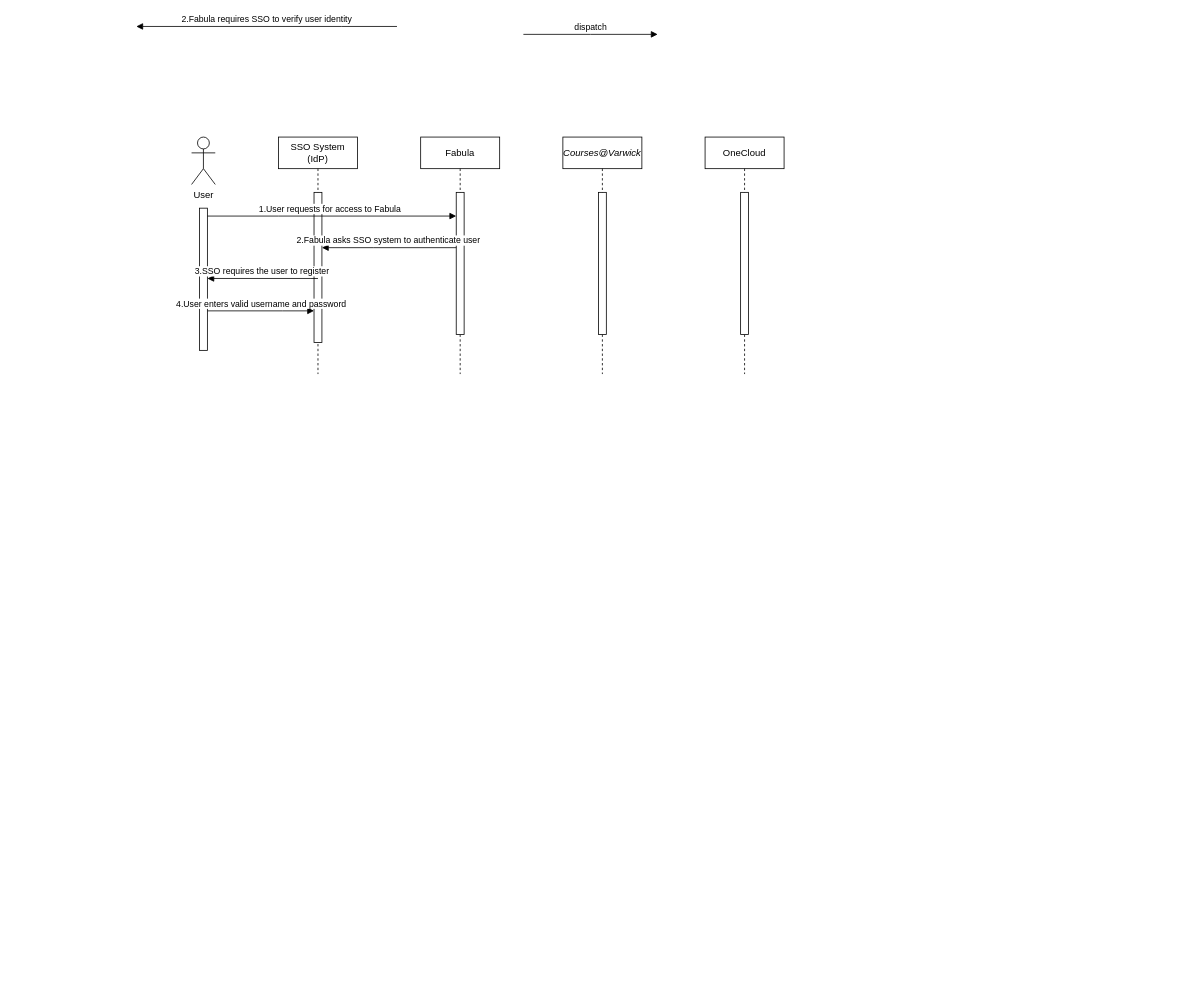
Earlier version of the draw.io diagram sequence.drawio (sunmiao0301/Public-Pic-Bed). Source tidied: cells renumbered, new cells numbered last; positions are measured from the earlier drawing's top-left corner, leaving out a move shared by most shapes. Both pictures are drawn from the tidied source at 79%, with x=0, y=0 at pixel (136, 26).
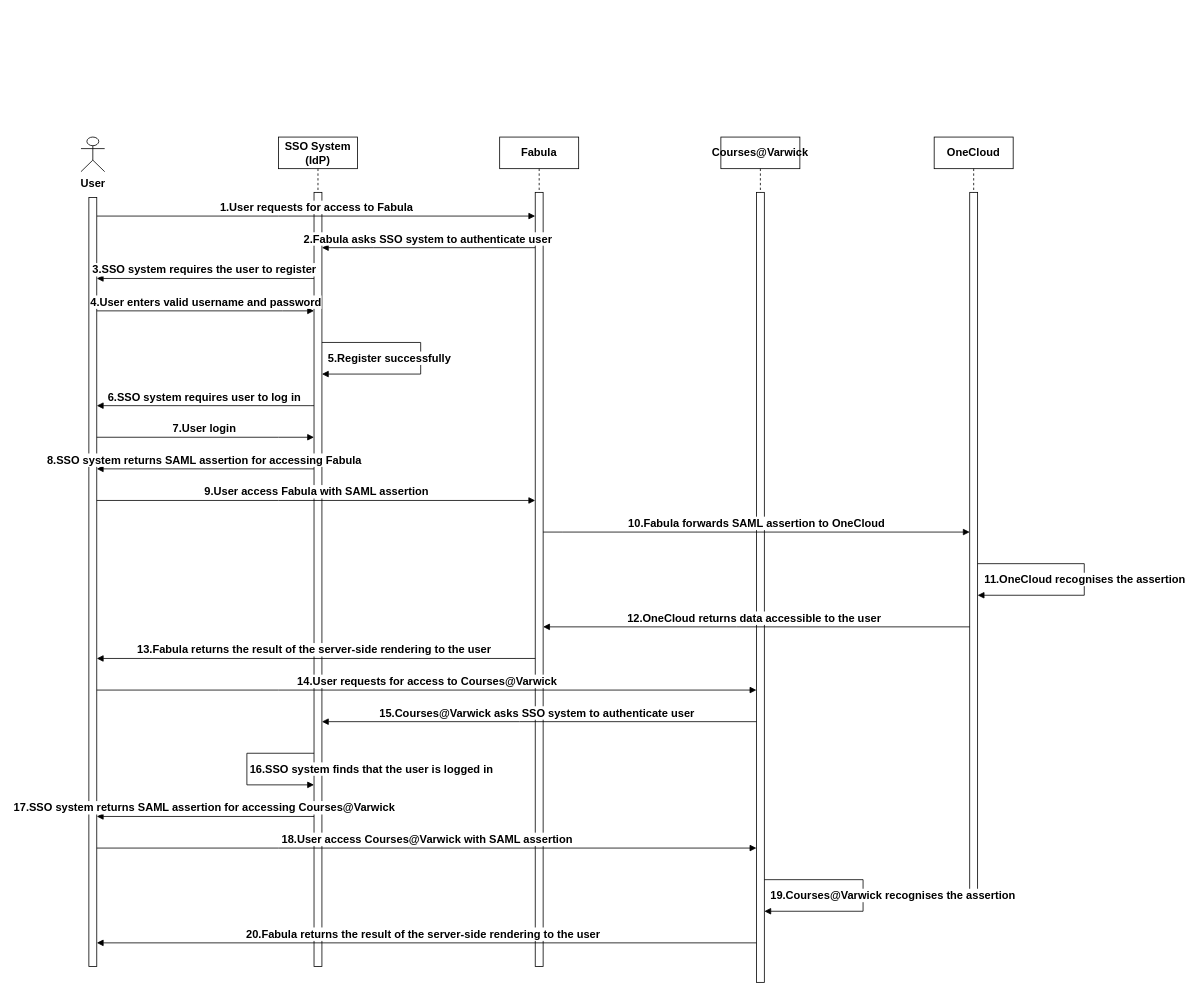
Above is the later version.

Change to the diagram source:
```diff
@@
+    <mxCell id="4" value="&lt;font style=&quot;font-size: 14px;&quot;&gt;&lt;b&gt;Fabula&lt;/b&gt;&lt;/font&gt;" style="shape=umlLifeline;perimeter=lifelinePerimeter;whiteSpace=wrap;html=1;newEdgeStyle={&quot;edgeStyle&quot;:&quot;elbowEdgeStyle&quot;,&quot;elbow&quot;:&quot;vertical&quot;,&quot;curved&quot;:0,&quot;rounded&quot;:0};" parent="1" vertex="1">
+      <mxGeometry x="460" y="140" width="100" height="1050" as="geometry" />
+    </mxCell>
+    <mxCell id="5" style="html=1;points=[];perimeter=orthogonalPerimeter;outlineConnect=0;targetShapes=umlLifeline;portConstraint=eastwest;newEdgeStyle={&quot;edgeStyle&quot;:&quot;elbowEdgeStyle&quot;,&quot;elbow&quot;:&quot;vertical&quot;,&quot;curved&quot;:0,&quot;rounded&quot;:0};" parent="4" vertex="1">
+      <mxGeometry x="45" y="70" width="10" height="980" as="geometry" />
+    </mxCell>
-    <mxCell id="2" value="SSO System (IdP)" style="shape=umlLifeline;perimeter=lifelinePerimeter;whiteSpace=wrap;html=1;newEdgeStyle={&quot;edgeStyle&quot;:&quot;elbowEdgeStyle&quot;,&quot;elbow&quot;:&quot;vertical&quot;,&quot;curved&quot;:0,&quot;rounded&quot;:0};" parent="1" vertex="1">
-      <mxGeometry x="180" y="140" width="100" height="300" as="geometry" />
+    <mxCell id="2" value="&lt;font style=&quot;font-size: 14px;&quot;&gt;&lt;b&gt;SSO System (IdP)&lt;/b&gt;&lt;/font&gt;" style="shape=umlLifeline;perimeter=lifelinePerimeter;whiteSpace=wrap;html=1;newEdgeStyle={&quot;edgeStyle&quot;:&quot;elbowEdgeStyle&quot;,&quot;elbow&quot;:&quot;vertical&quot;,&quot;curved&quot;:0,&quot;rounded&quot;:0};" parent="1" vertex="1">
+      <mxGeometry x="180" y="140" width="100" height="1050" as="geometry" />
     </mxCell>
     <mxCell id="3" style="html=1;points=[];perimeter=orthogonalPerimeter;outlineConnect=0;targetShapes=umlLifeline;portConstraint=eastwest;newEdgeStyle={&quot;edgeStyle&quot;:&quot;elbowEdgeStyle&quot;,&quot;elbow&quot;:&quot;vertical&quot;,&quot;curved&quot;:0,&quot;rounded&quot;:0};" parent="2" vertex="1">
-      <mxGeometry x="45" y="70" width="10" height="190" as="geometry" />
+      <mxGeometry x="45" y="70" width="10" height="980" as="geometry" />
     </mxCell>
-    <mxCell id="4" value="Fabula" style="shape=umlLifeline;perimeter=lifelinePerimeter;whiteSpace=wrap;html=1;newEdgeStyle={&quot;edgeStyle&quot;:&quot;elbowEdgeStyle&quot;,&quot;elbow&quot;:&quot;vertical&quot;,&quot;curved&quot;:0,&quot;rounded&quot;:0};" parent="1" vertex="1">
-      <mxGeometry x="360" y="140" width="100" height="300" as="geometry" />
-    </mxCell>
-    <mxCell id="5" style="html=1;points=[];perimeter=orthogonalPerimeter;outlineConnect=0;targetShapes=umlLifeline;portConstraint=eastwest;newEdgeStyle={&quot;edgeStyle&quot;:&quot;elbowEdgeStyle&quot;,&quot;elbow&quot;:&quot;vertical&quot;,&quot;curved&quot;:0,&quot;rounded&quot;:0};" parent="4" vertex="1">
-      <mxGeometry x="45" y="70" width="10" height="180" as="geometry" />
-    </mxCell>
+    <mxCell id="18" value="&lt;font style=&quot;font-size: 14px;&quot;&gt;&lt;b&gt;5.Register successfully&lt;/b&gt;&lt;/font&gt;" style="html=1;align=left;spacingLeft=2;endArrow=block;rounded=0;edgeStyle=orthogonalEdgeStyle;curved=0;rounded=0;" parent="2" edge="1" source="3" target="3">
+      <mxGeometry x="0.97" y="-20" relative="1" as="geometry">
+        <Array as="points">
+          <mxPoint x="180" y="260" />
+          <mxPoint x="180" y="300" />
+        </Array>
+      </mxGeometry>
+    </mxCell>
+    <mxCell id="19" value="&lt;font style=&quot;font-size: 14px;&quot;&gt;&lt;b&gt;16.SSO system finds that the user is logged in&lt;/b&gt;&lt;/font&gt;" style="html=1;align=left;spacingLeft=2;endArrow=block;rounded=0;edgeStyle=orthogonalEdgeStyle;curved=0;rounded=0;" parent="2" edge="1" source="3" target="3">
+      <mxGeometry relative="1" as="geometry">
+        <Array as="points">
+          <mxPoint x="-40" y="780" />
+          <mxPoint x="-40" y="820" />
+        </Array>
+      </mxGeometry>
+    </mxCell>
-    <mxCell id="6" value="2.Fabula asks SSO system to authenticate user" style="html=1;verticalAlign=bottom;endArrow=block;edgeStyle=elbowEdgeStyle;elbow=vertical;curved=0;rounded=0;" parent="1" edge="1" source="5" target="3">
+    <mxCell id="6" value="&lt;b&gt;&lt;font style=&quot;font-size: 14px;&quot;&gt;2.Fabula asks SSO system to authenticate user&lt;/font&gt;&lt;/b&gt;" style="html=1;verticalAlign=bottom;endArrow=block;edgeStyle=elbowEdgeStyle;elbow=vertical;curved=0;rounded=0;" parent="1" edge="1" source="5" target="3">
       <mxGeometry x="0.01" relative="1" as="geometry">
         <Array as="points">
           <mxPoint x="300" y="280" />
           <mxPoint x="330" y="260" />
         </Array>
       </mxGeometry>
     </mxCell>
-    <mxCell id="7" value="User" style="shape=umlActor;verticalLabelPosition=bottom;verticalAlign=top;html=1;" parent="1" vertex="1">
-      <mxGeometry x="70" y="140" width="30" height="60" as="geometry" />
-    </mxCell>
-    <mxCell id="8" value="dispatch" style="html=1;verticalAlign=bottom;endArrow=block;edgeStyle=elbowEdgeStyle;elbow=vertical;curved=0;rounded=0;" parent="1" edge="1">
-      <mxGeometry relative="1" as="geometry">
-        <mxPoint x="490" y="10" as="sourcePoint" />
-        <mxPoint x="660" y="10" as="targetPoint" />
-        <Array as="points">
-          <mxPoint x="575" y="10" />
-        </Array>
-      </mxGeometry>
-    </mxCell>
-    <mxCell id="9" value="OneCloud" style="shape=umlLifeline;perimeter=lifelinePerimeter;whiteSpace=wrap;html=1;newEdgeStyle={&quot;edgeStyle&quot;:&quot;elbowEdgeStyle&quot;,&quot;elbow&quot;:&quot;vertical&quot;,&quot;curved&quot;:0,&quot;rounded&quot;:0};" parent="1" vertex="1">
-      <mxGeometry x="720" y="140" width="100" height="300" as="geometry" />
+    <mxCell id="9" value="&lt;font style=&quot;font-size: 14px;&quot;&gt;&lt;b&gt;OneCloud&lt;/b&gt;&lt;/font&gt;" style="shape=umlLifeline;perimeter=lifelinePerimeter;whiteSpace=wrap;html=1;newEdgeStyle={&quot;edgeStyle&quot;:&quot;elbowEdgeStyle&quot;,&quot;elbow&quot;:&quot;vertical&quot;,&quot;curved&quot;:0,&quot;rounded&quot;:0};" parent="1" vertex="1">
+      <mxGeometry x="1010" y="140" width="100" height="960" as="geometry" />
     </mxCell>
     <mxCell id="10" style="html=1;points=[];perimeter=orthogonalPerimeter;outlineConnect=0;targetShapes=umlLifeline;portConstraint=eastwest;newEdgeStyle={&quot;edgeStyle&quot;:&quot;elbowEdgeStyle&quot;,&quot;elbow&quot;:&quot;vertical&quot;,&quot;curved&quot;:0,&quot;rounded&quot;:0};" parent="9" vertex="1">
-      <mxGeometry x="45" y="70" width="10" height="180" as="geometry" />
+      <mxGeometry x="45" y="70" width="10" height="890" as="geometry" />
     </mxCell>
+    <mxCell id="20" value="&lt;b&gt;&lt;font style=&quot;font-size: 14px;&quot;&gt;11.OneCloud recognises the assertion&lt;/font&gt;&lt;/b&gt;" style="html=1;align=left;spacingLeft=2;endArrow=block;rounded=0;edgeStyle=orthogonalEdgeStyle;curved=0;rounded=0;" parent="9" edge="1" source="10" target="10">
+      <mxGeometry x="0.97" y="-20" relative="1" as="geometry">
+        <Array as="points">
+          <mxPoint x="190" y="540" />
+          <mxPoint x="190" y="580" />
+        </Array>
+      </mxGeometry>
+    </mxCell>
-    <mxCell id="11" value="&lt;i&gt;Courses@Varwick&lt;/i&gt;" style="shape=umlLifeline;perimeter=lifelinePerimeter;whiteSpace=wrap;html=1;newEdgeStyle={&quot;edgeStyle&quot;:&quot;elbowEdgeStyle&quot;,&quot;elbow&quot;:&quot;vertical&quot;,&quot;curved&quot;:0,&quot;rounded&quot;:0};" parent="1" vertex="1">
-      <mxGeometry x="540" y="140" width="100" height="300" as="geometry" />
+    <mxCell id="11" value="&lt;b&gt;&lt;font style=&quot;font-size: 14px;&quot;&gt;Courses@Varwick&lt;/font&gt;&lt;/b&gt;" style="shape=umlLifeline;perimeter=lifelinePerimeter;whiteSpace=wrap;html=1;newEdgeStyle={&quot;edgeStyle&quot;:&quot;elbowEdgeStyle&quot;,&quot;elbow&quot;:&quot;vertical&quot;,&quot;curved&quot;:0,&quot;rounded&quot;:0};" parent="1" vertex="1">
+      <mxGeometry x="740" y="140" width="100" height="1070" as="geometry" />
     </mxCell>
     <mxCell id="12" style="html=1;points=[];perimeter=orthogonalPerimeter;outlineConnect=0;targetShapes=umlLifeline;portConstraint=eastwest;newEdgeStyle={&quot;edgeStyle&quot;:&quot;elbowEdgeStyle&quot;,&quot;elbow&quot;:&quot;vertical&quot;,&quot;curved&quot;:0,&quot;rounded&quot;:0};" parent="11" vertex="1">
-      <mxGeometry x="45" y="70" width="10" height="180" as="geometry" />
+      <mxGeometry x="45" y="70" width="10" height="1000" as="geometry" />
     </mxCell>
-    <mxCell id="13" value="2.Fabula requires SSO to verify user identity" style="html=1;verticalAlign=bottom;endArrow=block;edgeStyle=elbowEdgeStyle;elbow=vertical;curved=0;rounded=0;" parent="1" edge="1">
-      <mxGeometry relative="1" as="geometry">
-        <mxPoint x="330" as="sourcePoint" />
-        <mxPoint as="targetPoint" />
-        <Array as="points">
-          <mxPoint x="260" />
-          <mxPoint x="110" y="260" />
-        </Array>
-      </mxGeometry>
-    </mxCell>
+    <mxCell id="21" value="&lt;font style=&quot;font-size: 14px;&quot;&gt;&lt;b&gt;19.Courses@Varwick&amp;nbsp;recognises the assertion&lt;/b&gt;&lt;/font&gt;" style="html=1;align=left;spacingLeft=2;endArrow=block;rounded=0;edgeStyle=orthogonalEdgeStyle;curved=0;rounded=0;" parent="11" edge="1" source="12" target="12">
+      <mxGeometry x="0.97" y="-20" relative="1" as="geometry">
+        <Array as="points">
+          <mxPoint x="180" y="940" />
+          <mxPoint x="180" y="980" />
+        </Array>
+      </mxGeometry>
+    </mxCell>
-    <mxCell id="14" value="1.User requests for access to Fabula" style="html=1;verticalAlign=bottom;endArrow=block;edgeStyle=elbowEdgeStyle;elbow=vertical;curved=0;rounded=0;" parent="1" edge="1" target="5">
+    <mxCell id="14" value="&lt;font style=&quot;font-size: 14px;&quot;&gt;&lt;b style=&quot;&quot;&gt;1.User requests for access to Fabula&lt;/b&gt;&lt;/font&gt;" style="html=1;verticalAlign=bottom;endArrow=block;edgeStyle=elbowEdgeStyle;elbow=vertical;curved=0;rounded=0;" parent="1" edge="1" source="15" target="5">
       <mxGeometry relative="1" as="geometry">
-        <mxPoint x="85" y="240" as="sourcePoint" />
         <Array as="points">
           <mxPoint x="180" y="240" />
           <mxPoint x="215" y="219.6" />
         </Array>
       </mxGeometry>
     </mxCell>
+    <mxCell id="22" style="group;" parent="1" vertex="1">
+      <mxGeometry x="-70" y="140" width="30" height="1050" as="geometry" />
+    </mxCell>
+    <mxCell id="7" value="&lt;b&gt;&lt;font style=&quot;font-size: 14px;&quot;&gt;User&lt;/font&gt;&lt;/b&gt;" style="shape=umlActor;verticalLabelPosition=bottom;verticalAlign=top;html=1;" parent="22" vertex="1">
+      <mxGeometry width="30" height="43.8" as="geometry" />
+    </mxCell>
-    <mxCell id="15" style="html=1;points=[];perimeter=orthogonalPerimeter;outlineConnect=0;targetShapes=umlLifeline;portConstraint=eastwest;newEdgeStyle={&quot;edgeStyle&quot;:&quot;elbowEdgeStyle&quot;,&quot;elbow&quot;:&quot;vertical&quot;,&quot;curved&quot;:0,&quot;rounded&quot;:0};" parent="1" vertex="1">
-      <mxGeometry x="80" y="230" width="10" height="180" as="geometry" />
+    <mxCell id="15" style="html=1;points=[];perimeter=orthogonalPerimeter;outlineConnect=0;targetShapes=umlLifeline;portConstraint=eastwest;newEdgeStyle={&quot;edgeStyle&quot;:&quot;elbowEdgeStyle&quot;,&quot;elbow&quot;:&quot;vertical&quot;,&quot;curved&quot;:0,&quot;rounded&quot;:0};" parent="22" vertex="1">
+      <mxGeometry x="10" y="76.6" width="10" height="973.4" as="geometry" />
     </mxCell>
+    <mxCell id="17" value="&lt;font style=&quot;font-size: 14px;&quot;&gt;&lt;b style=&quot;&quot;&gt;4.User enters valid username and password&lt;/b&gt;&lt;/font&gt;" style="html=1;verticalAlign=bottom;endArrow=block;edgeStyle=elbowEdgeStyle;elbow=vertical;curved=0;rounded=0;" parent="1" edge="1" source="15" target="3">
+      <mxGeometry relative="1" as="geometry">
+        <Array as="points">
+          <mxPoint x="185" y="360" />
+          <mxPoint x="220" y="339.6" />
+        </Array>
+      </mxGeometry>
+    </mxCell>
-    <mxCell id="16" value="3.SSO requires the user to register" style="html=1;verticalAlign=bottom;endArrow=block;edgeStyle=elbowEdgeStyle;elbow=vertical;curved=0;rounded=0;" parent="1" edge="1">
+    <mxCell id="16" value="&lt;font style=&quot;font-size: 14px;&quot;&gt;&lt;b style=&quot;&quot;&gt;3.SSO system requires the user to register&lt;/b&gt;&lt;/font&gt;" style="html=1;verticalAlign=bottom;endArrow=block;edgeStyle=elbowEdgeStyle;elbow=vertical;curved=0;rounded=0;" parent="1" edge="1" source="3" target="15">
       <mxGeometry x="0.01" relative="1" as="geometry">
-        <mxPoint x="230" y="319" as="sourcePoint" />
-        <mxPoint x="90" y="319" as="targetPoint" />
         <Array as="points">
           <mxPoint x="220" y="319" />
         </Array>
       </mxGeometry>
     </mxCell>
-    <mxCell id="17" value="4.User enters valid username and password" style="html=1;verticalAlign=bottom;endArrow=block;edgeStyle=elbowEdgeStyle;elbow=vertical;curved=0;rounded=0;" parent="1" edge="1" target="3">
-      <mxGeometry relative="1" as="geometry">
-        <mxPoint x="90" y="360" as="sourcePoint" />
-        <Array as="points">
-          <mxPoint x="185" y="360" />
-          <mxPoint x="220" y="339.6" />
-        </Array>
-      </mxGeometry>
-    </mxCell>
+    <mxCell id="23" value="&lt;font style=&quot;font-size: 14px;&quot;&gt;&lt;b&gt;6.SSO system requires user to log in&lt;/b&gt;&lt;/font&gt;" style="html=1;verticalAlign=bottom;endArrow=block;edgeStyle=elbowEdgeStyle;elbow=vertical;curved=0;rounded=0;" parent="1" edge="1" source="3" target="15">
+      <mxGeometry x="0.01" relative="1" as="geometry">
+        <Array as="points">
+          <mxPoint x="220" y="480" />
+        </Array>
+      </mxGeometry>
+    </mxCell>
+    <mxCell id="24" value="&lt;font style=&quot;font-size: 14px;&quot;&gt;&lt;b&gt;7.User login&amp;nbsp;&lt;/b&gt;&lt;/font&gt;" style="html=1;verticalAlign=bottom;endArrow=block;edgeStyle=elbowEdgeStyle;elbow=vertical;curved=0;rounded=0;" parent="1" edge="1" source="15" target="3">
+      <mxGeometry relative="1" as="geometry">
+        <Array as="points">
+          <mxPoint x="180" y="520" />
+          <mxPoint x="215" y="499.6" />
+        </Array>
+      </mxGeometry>
+    </mxCell>
+    <mxCell id="25" value="&lt;font style=&quot;font-size: 14px;&quot;&gt;&lt;b&gt;8.SSO system returns SAML assertion for accessing Fabula&lt;/b&gt;&lt;/font&gt;" style="html=1;verticalAlign=bottom;endArrow=block;edgeStyle=elbowEdgeStyle;elbow=vertical;curved=0;rounded=0;" parent="1" edge="1" source="3" target="15">
+      <mxGeometry x="0.01" relative="1" as="geometry">
+        <Array as="points">
+          <mxPoint x="220" y="560" />
+        </Array>
+      </mxGeometry>
+    </mxCell>
+    <mxCell id="26" value="&lt;font style=&quot;font-size: 14px;&quot;&gt;&lt;b&gt;9.User access Fabula with SAML assertion&lt;/b&gt;&lt;/font&gt;" style="html=1;verticalAlign=bottom;endArrow=block;edgeStyle=elbowEdgeStyle;elbow=vertical;curved=0;rounded=0;" parent="1" edge="1" source="15" target="5">
+      <mxGeometry relative="1" as="geometry">
+        <Array as="points">
+          <mxPoint x="180" y="600" />
+          <mxPoint x="215" y="579.6" />
+        </Array>
+      </mxGeometry>
+    </mxCell>
+    <mxCell id="27" value="&lt;font style=&quot;font-size: 14px;&quot;&gt;&lt;b&gt;10.Fabula forwards SAML assertion to OneCloud&lt;/b&gt;&lt;/font&gt;" style="html=1;verticalAlign=bottom;endArrow=block;edgeStyle=elbowEdgeStyle;elbow=vertical;curved=0;rounded=0;" parent="1" edge="1" source="5" target="10">
+      <mxGeometry relative="1" as="geometry">
+        <Array as="points">
+          <mxPoint x="540" y="640" />
+          <mxPoint x="575" y="619.6" />
+        </Array>
+      </mxGeometry>
+    </mxCell>
+    <mxCell id="28" value="&lt;font style=&quot;font-size: 14px;&quot;&gt;&lt;b&gt;12.OneCloud returns data accessible to the user&lt;/b&gt;&lt;/font&gt;" style="html=1;verticalAlign=bottom;endArrow=block;edgeStyle=elbowEdgeStyle;elbow=vertical;curved=0;rounded=0;" parent="1" edge="1" source="10" target="5">
+      <mxGeometry x="0.01" relative="1" as="geometry">
+        <Array as="points">
+          <mxPoint x="760" y="760" />
+        </Array>
+      </mxGeometry>
+    </mxCell>
+    <mxCell id="29" value="&lt;font style=&quot;font-size: 14px;&quot;&gt;&lt;b&gt;13.Fabula returns the result of the server-side rendering to the user&lt;/b&gt;&lt;/font&gt;" style="html=1;verticalAlign=bottom;endArrow=block;edgeStyle=elbowEdgeStyle;elbow=vertical;curved=0;rounded=0;" parent="1" edge="1" source="5" target="15">
+      <mxGeometry x="0.01" relative="1" as="geometry">
+        <Array as="points">
+          <mxPoint x="400" y="800" />
+        </Array>
+      </mxGeometry>
+    </mxCell>
+    <mxCell id="30" value="&lt;font style=&quot;font-size: 14px;&quot;&gt;&lt;b&gt;14.User requests for access to Courses@Varwick&lt;/b&gt;&lt;/font&gt;" style="html=1;verticalAlign=bottom;endArrow=block;edgeStyle=elbowEdgeStyle;elbow=vertical;curved=0;rounded=0;" parent="1" edge="1" source="15" target="12">
+      <mxGeometry relative="1" as="geometry">
+        <Array as="points">
+          <mxPoint x="180" y="840" />
+          <mxPoint x="215" y="819.6" />
+        </Array>
+      </mxGeometry>
+    </mxCell>
+    <mxCell id="31" value="&lt;font style=&quot;font-size: 14px;&quot;&gt;&lt;b&gt;15.Courses@Varwick&amp;nbsp;asks SSO system to authenticate user&lt;/b&gt;&lt;/font&gt;" style="html=1;verticalAlign=bottom;endArrow=block;edgeStyle=elbowEdgeStyle;elbow=vertical;curved=0;rounded=0;" parent="1" edge="1" source="12" target="3">
+      <mxGeometry x="0.01" relative="1" as="geometry">
+        <Array as="points">
+          <mxPoint x="485" y="880" />
+          <mxPoint x="515" y="860" />
+        </Array>
+      </mxGeometry>
+    </mxCell>
+    <mxCell id="32" value="&lt;font style=&quot;font-size: 14px;&quot;&gt;&lt;b&gt;17.SSO system returns SAML assertion for accessing&amp;nbsp;Courses@Varwick&lt;/b&gt;&lt;/font&gt;" style="html=1;verticalAlign=bottom;endArrow=block;edgeStyle=elbowEdgeStyle;elbow=vertical;curved=0;rounded=0;" parent="1" edge="1" source="3" target="15">
+      <mxGeometry x="0.01" relative="1" as="geometry">
+        <Array as="points">
+          <mxPoint x="220" y="1000" />
+        </Array>
+      </mxGeometry>
+    </mxCell>
+    <mxCell id="33" value="&lt;font style=&quot;font-size: 14px;&quot;&gt;&lt;b&gt;18.User access&amp;nbsp;Courses@Varwick with SAML assertion&lt;/b&gt;&lt;/font&gt;" style="html=1;verticalAlign=bottom;endArrow=block;edgeStyle=elbowEdgeStyle;elbow=vertical;curved=0;rounded=0;" parent="1" edge="1" source="15" target="12">
+      <mxGeometry relative="1" as="geometry">
+        <Array as="points">
+          <mxPoint x="180" y="1040" />
+          <mxPoint x="215" y="1019.6" />
+        </Array>
+      </mxGeometry>
+    </mxCell>
+    <mxCell id="34" value="&lt;font style=&quot;font-size: 14px;&quot;&gt;&lt;b&gt;20.Fabula returns the result of the server-side rendering to the user&lt;/b&gt;&lt;/font&gt;" style="html=1;verticalAlign=bottom;endArrow=block;edgeStyle=elbowEdgeStyle;elbow=vertical;curved=0;rounded=0;entryX=1;entryY=0.969;entryDx=0;entryDy=0;entryPerimeter=0;" parent="1" edge="1" source="12" target="15">
+      <mxGeometry x="0.01" relative="1" as="geometry">
+        <Array as="points">
+          <mxPoint x="580" y="1160" />
+        </Array>
+      </mxGeometry>
+    </mxCell>
```
